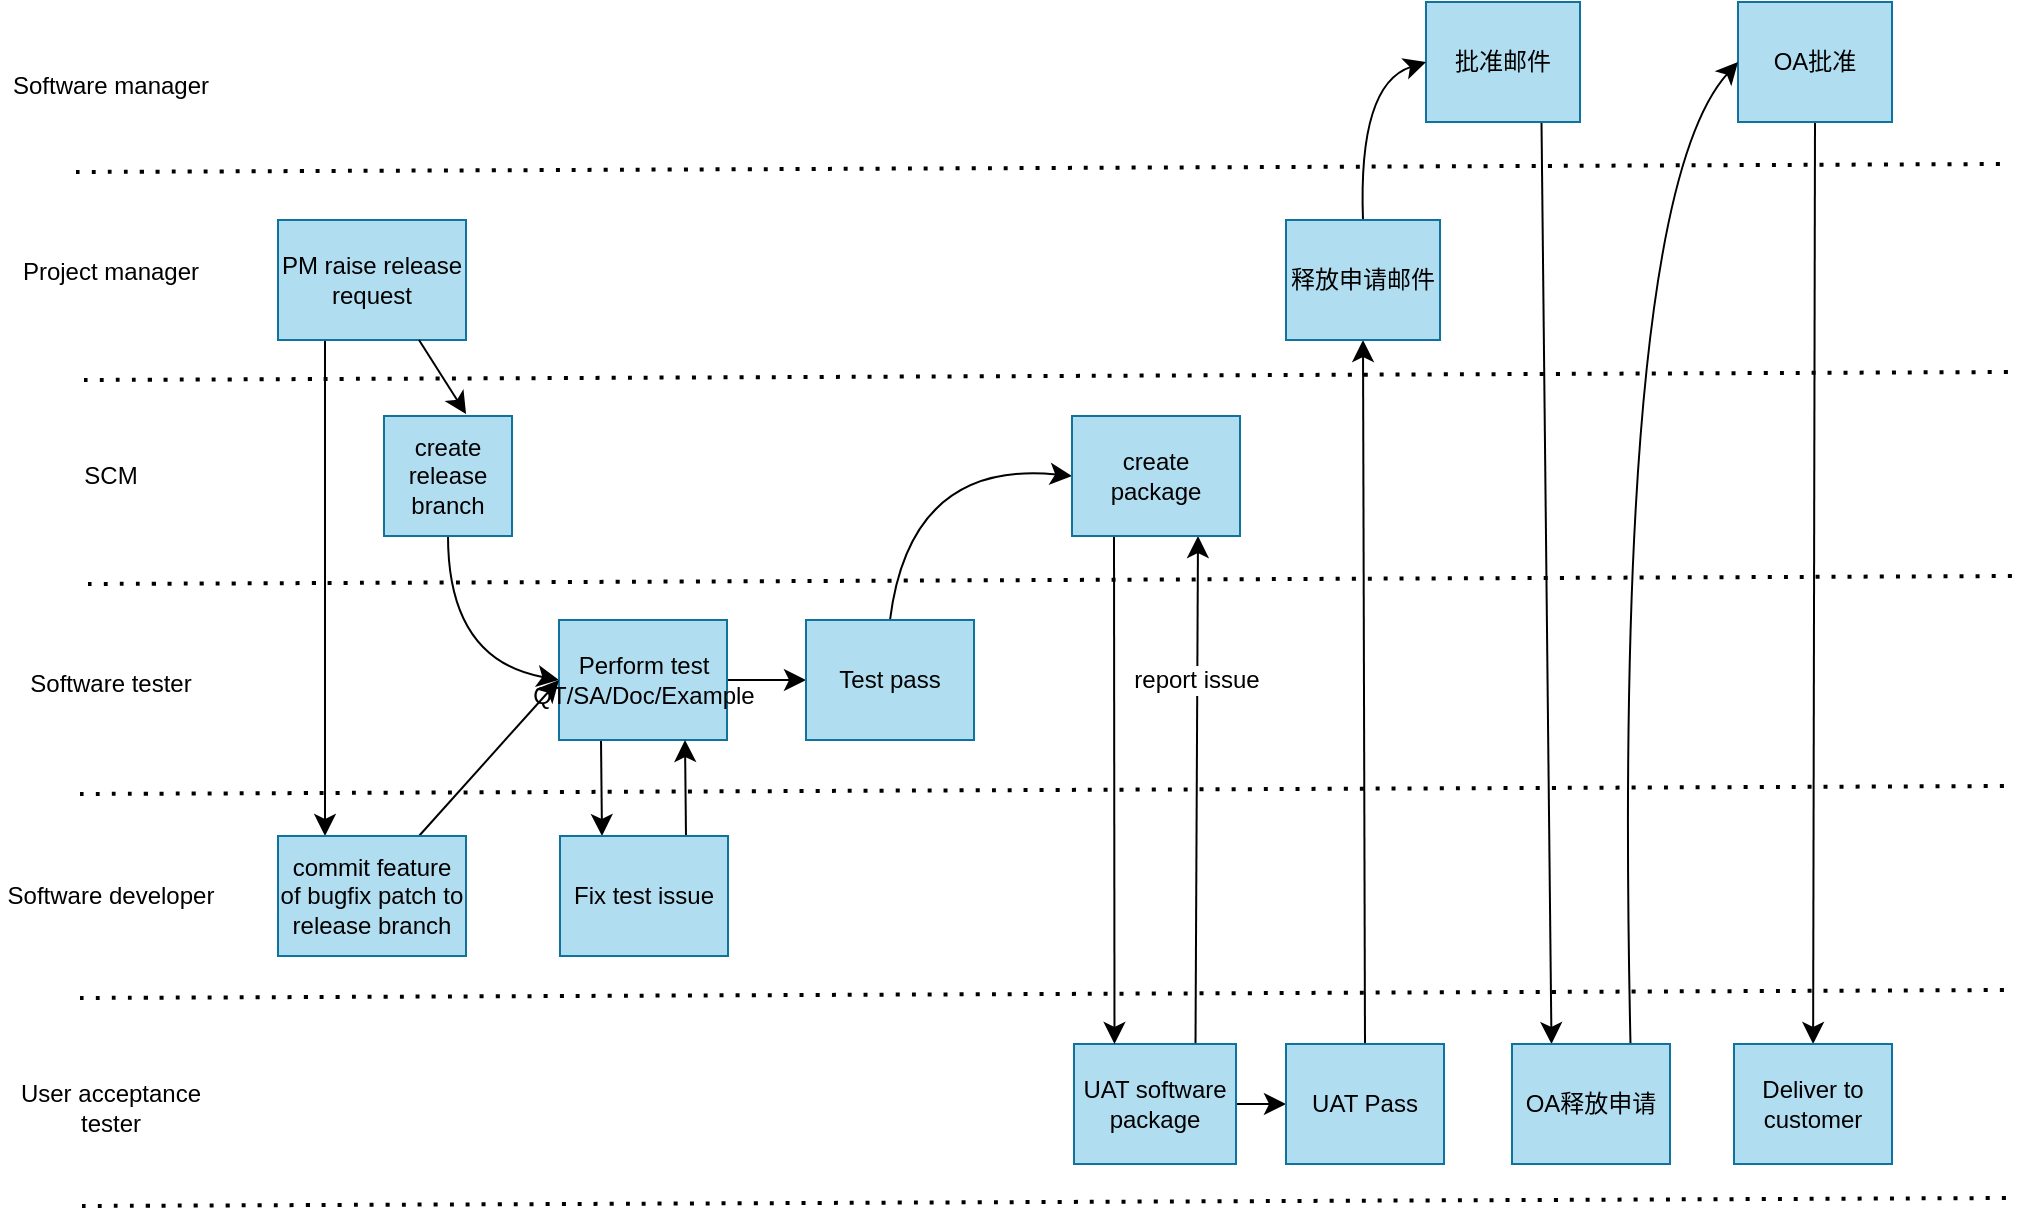
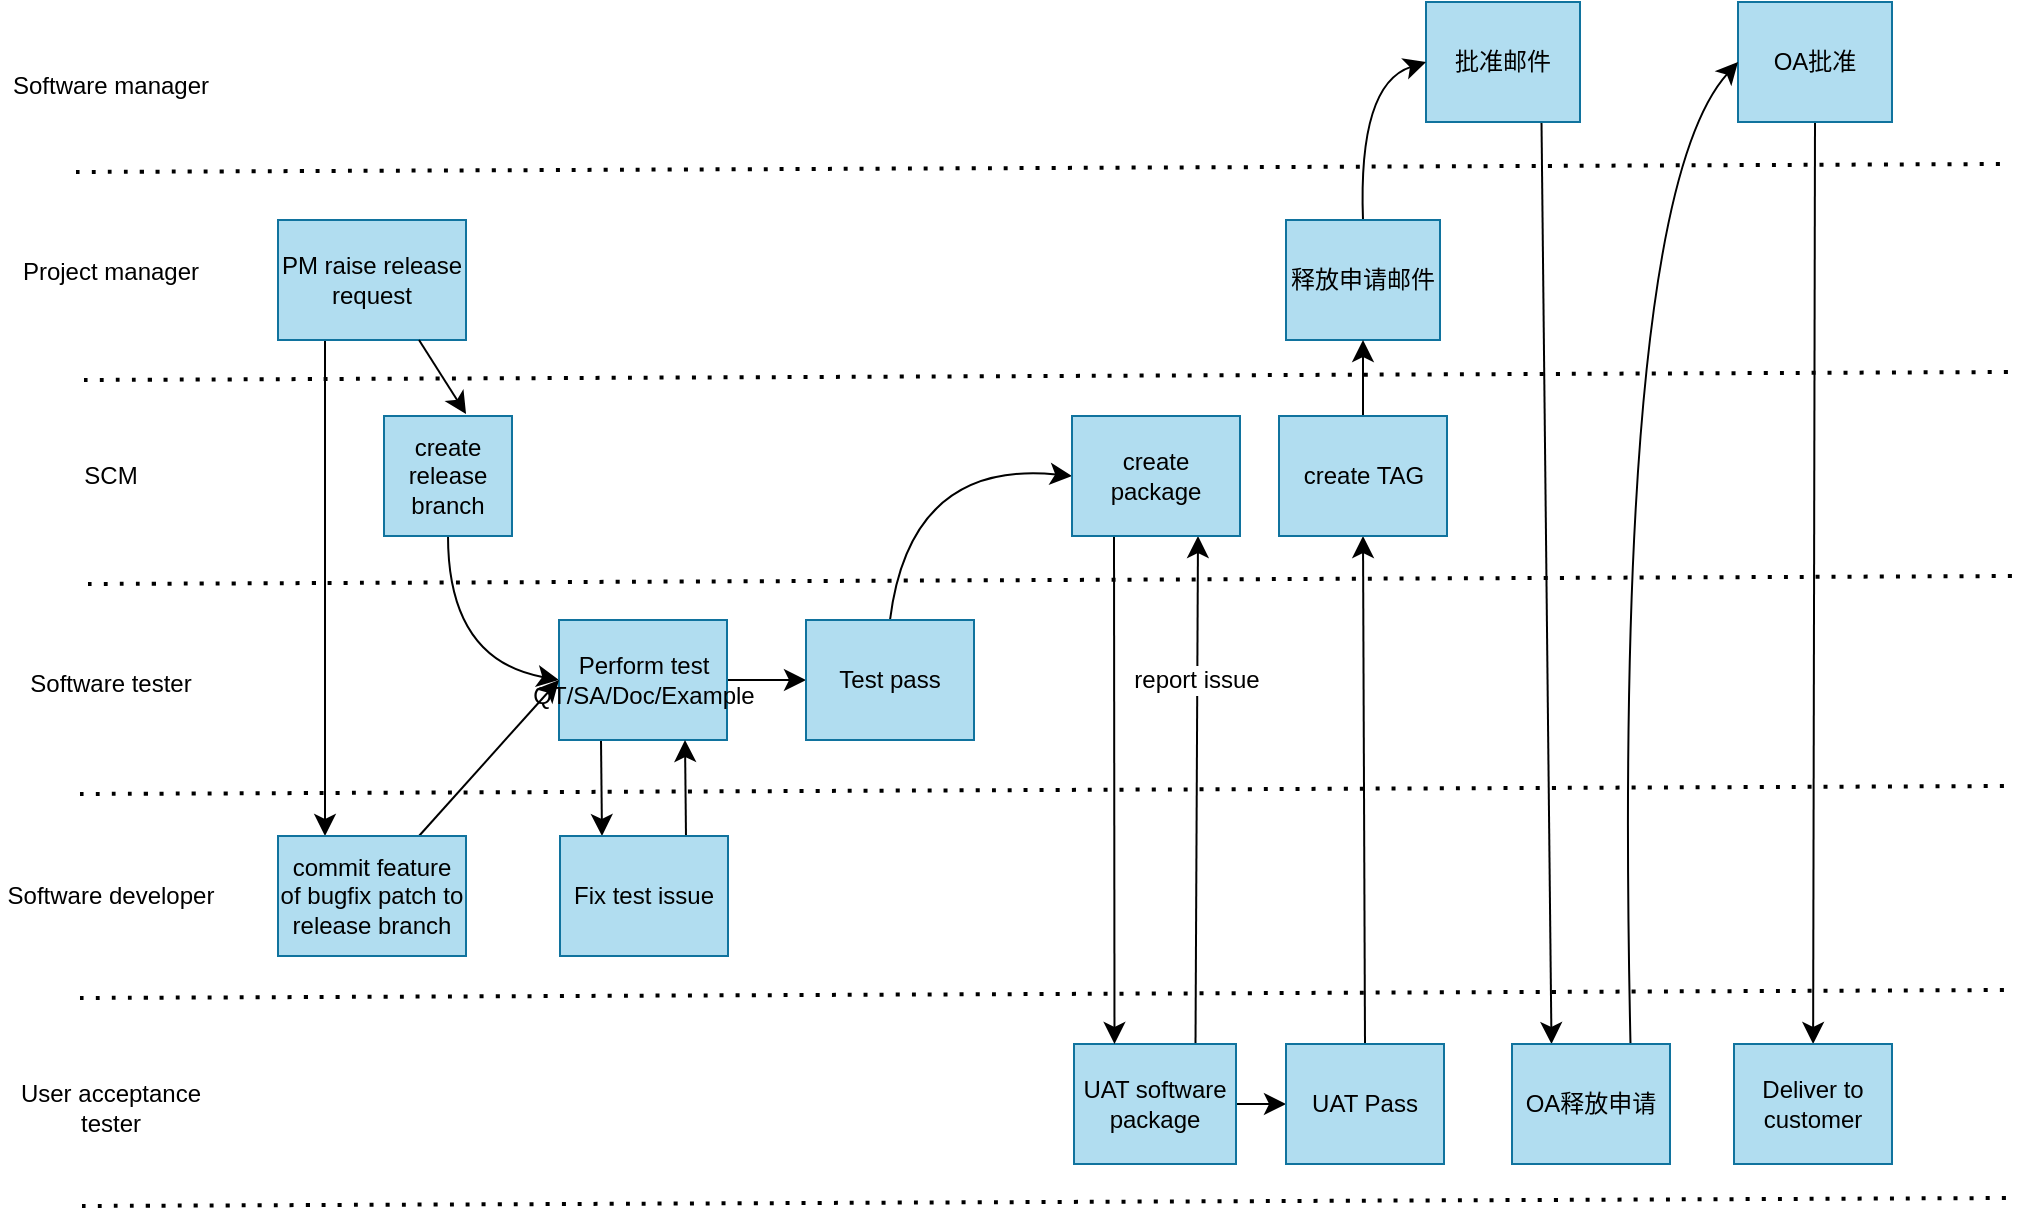
<mxfile host="app.diagrams.net">
  <diagram name="Page-1" id="fTPwgdbc9iwTcl-xMIqn">
    <mxGraphModel dx="3014" dy="1651" grid="0" gridSize="10" guides="1" tooltips="1" connect="1" arrows="1" fold="1" page="0" pageScale="1" pageWidth="827" pageHeight="1169" math="0" shadow="0">
      <root>
        <mxCell id="0" />
        <mxCell id="1" parent="0" />
        <mxCell id="DVGrybJIp1oMZ7pIrlnc-45" edge="1" parent="1" source="DVGrybJIp1oMZ7pIrlnc-1" style="edgeStyle=none;curved=1;rounded=0;orthogonalLoop=1;jettySize=auto;html=1;exitX=0.75;exitY=1;exitDx=0;exitDy=0;entryX=0.25;entryY=0;entryDx=0;entryDy=0;fontSize=12;startSize=8;endSize=8;" target="DVGrybJIp1oMZ7pIrlnc-28">
          <mxGeometry relative="1" as="geometry" />
        </mxCell>
        <mxCell id="DVGrybJIp1oMZ7pIrlnc-1" parent="1" style="rounded=0;whiteSpace=wrap;html=1;fillColor=#b1ddf0;strokeColor=#10739e;" value="批准邮件" vertex="1">
          <mxGeometry height="60" width="77" x="-542" y="-687" as="geometry" />
        </mxCell>
        <mxCell id="DVGrybJIp1oMZ7pIrlnc-4" edge="1" parent="1" style="endArrow=none;dashed=1;html=1;dashPattern=1 3;strokeWidth=2;rounded=0;fontSize=12;startSize=8;endSize=8;curved=1;" value="">
          <mxGeometry height="50" relative="1" width="50" as="geometry">
            <mxPoint x="-1217" y="-602" as="sourcePoint" />
            <mxPoint x="-253" y="-606" as="targetPoint" />
          </mxGeometry>
        </mxCell>
        <mxCell id="DVGrybJIp1oMZ7pIrlnc-31" edge="1" parent="1" source="DVGrybJIp1oMZ7pIrlnc-6" style="edgeStyle=none;curved=1;rounded=0;orthogonalLoop=1;jettySize=auto;html=1;exitX=0.25;exitY=1;exitDx=0;exitDy=0;entryX=0.25;entryY=0;entryDx=0;entryDy=0;fontSize=12;startSize=8;endSize=8;" target="DVGrybJIp1oMZ7pIrlnc-12">
          <mxGeometry relative="1" as="geometry" />
        </mxCell>
        <mxCell id="DVGrybJIp1oMZ7pIrlnc-6" parent="1" style="rounded=0;whiteSpace=wrap;html=1;fillColor=#b1ddf0;strokeColor=#10739e;" value="PM raise release request" vertex="1">
          <mxGeometry height="60" width="94" x="-1116" y="-578" as="geometry" />
        </mxCell>
        <mxCell id="DVGrybJIp1oMZ7pIrlnc-7" edge="1" parent="1" style="endArrow=none;dashed=1;html=1;dashPattern=1 3;strokeWidth=2;rounded=0;fontSize=12;startSize=8;endSize=8;curved=1;" value="">
          <mxGeometry height="50" relative="1" width="50" as="geometry">
            <mxPoint x="-1213" y="-498" as="sourcePoint" />
            <mxPoint x="-249" y="-502" as="targetPoint" />
          </mxGeometry>
        </mxCell>
        <mxCell id="DVGrybJIp1oMZ7pIrlnc-32" edge="1" parent="1" source="DVGrybJIp1oMZ7pIrlnc-8" style="edgeStyle=none;curved=1;rounded=0;orthogonalLoop=1;jettySize=auto;html=1;exitX=0.5;exitY=1;exitDx=0;exitDy=0;entryX=0;entryY=0.5;entryDx=0;entryDy=0;fontSize=12;startSize=8;endSize=8;" target="DVGrybJIp1oMZ7pIrlnc-10">
          <mxGeometry relative="1" as="geometry">
            <Array as="points">
              <mxPoint x="-1031" y="-358" />
            </Array>
          </mxGeometry>
        </mxCell>
        <mxCell id="DVGrybJIp1oMZ7pIrlnc-8" parent="1" style="rounded=0;whiteSpace=wrap;html=1;fillColor=#b1ddf0;strokeColor=#10739e;" value="create release branch" vertex="1">
          <mxGeometry height="60" width="64" x="-1063" y="-480" as="geometry" />
        </mxCell>
        <mxCell id="DVGrybJIp1oMZ7pIrlnc-9" edge="1" parent="1" style="endArrow=none;dashed=1;html=1;dashPattern=1 3;strokeWidth=2;rounded=0;fontSize=12;startSize=8;endSize=8;curved=1;" value="">
          <mxGeometry height="50" relative="1" width="50" as="geometry">
            <mxPoint x="-1211" y="-396" as="sourcePoint" />
            <mxPoint x="-247" y="-400" as="targetPoint" />
          </mxGeometry>
        </mxCell>
        <mxCell id="DVGrybJIp1oMZ7pIrlnc-34" edge="1" parent="1" source="DVGrybJIp1oMZ7pIrlnc-10" style="edgeStyle=none;curved=1;rounded=0;orthogonalLoop=1;jettySize=auto;html=1;exitX=0.25;exitY=1;exitDx=0;exitDy=0;entryX=0.25;entryY=0;entryDx=0;entryDy=0;fontSize=12;startSize=8;endSize=8;" target="DVGrybJIp1oMZ7pIrlnc-26">
          <mxGeometry relative="1" as="geometry" />
        </mxCell>
        <mxCell id="DVGrybJIp1oMZ7pIrlnc-36" edge="1" parent="1" source="DVGrybJIp1oMZ7pIrlnc-10" style="edgeStyle=none;curved=1;rounded=0;orthogonalLoop=1;jettySize=auto;html=1;exitX=1;exitY=0.5;exitDx=0;exitDy=0;entryX=0;entryY=0.5;entryDx=0;entryDy=0;fontSize=12;startSize=8;endSize=8;" target="DVGrybJIp1oMZ7pIrlnc-24">
          <mxGeometry relative="1" as="geometry" />
        </mxCell>
        <mxCell id="DVGrybJIp1oMZ7pIrlnc-10" parent="1" style="rounded=0;whiteSpace=wrap;html=1;fillColor=#b1ddf0;strokeColor=#10739e;" value="&lt;div&gt;Perform test&lt;/div&gt;&lt;div&gt;QT/SA/Doc/Example&lt;/div&gt;" vertex="1">
          <mxGeometry height="60" width="84" x="-975.5" y="-378" as="geometry" />
        </mxCell>
        <mxCell id="DVGrybJIp1oMZ7pIrlnc-11" edge="1" parent="1" style="endArrow=none;dashed=1;html=1;dashPattern=1 3;strokeWidth=2;rounded=0;fontSize=12;startSize=8;endSize=8;curved=1;" value="">
          <mxGeometry height="50" relative="1" width="50" as="geometry">
            <mxPoint x="-1215" y="-291" as="sourcePoint" />
            <mxPoint x="-251" y="-295" as="targetPoint" />
          </mxGeometry>
        </mxCell>
        <mxCell id="DVGrybJIp1oMZ7pIrlnc-33" edge="1" parent="1" source="DVGrybJIp1oMZ7pIrlnc-12" style="edgeStyle=none;curved=1;rounded=0;orthogonalLoop=1;jettySize=auto;html=1;exitX=0.75;exitY=0;exitDx=0;exitDy=0;entryX=0;entryY=0.5;entryDx=0;entryDy=0;fontSize=12;startSize=8;endSize=8;" target="DVGrybJIp1oMZ7pIrlnc-10">
          <mxGeometry relative="1" as="geometry" />
        </mxCell>
        <mxCell id="DVGrybJIp1oMZ7pIrlnc-12" parent="1" style="rounded=0;whiteSpace=wrap;html=1;fillColor=#b1ddf0;strokeColor=#10739e;" value="commit feature of bugfix patch to release branch" vertex="1">
          <mxGeometry height="60" width="94" x="-1116" y="-270" as="geometry" />
        </mxCell>
        <mxCell id="DVGrybJIp1oMZ7pIrlnc-13" edge="1" parent="1" style="endArrow=none;dashed=1;html=1;dashPattern=1 3;strokeWidth=2;rounded=0;fontSize=12;startSize=8;endSize=8;curved=1;" value="">
          <mxGeometry height="50" relative="1" width="50" as="geometry">
            <mxPoint x="-1215" y="-189" as="sourcePoint" />
            <mxPoint x="-251" y="-193" as="targetPoint" />
          </mxGeometry>
        </mxCell>
        <mxCell id="DVGrybJIp1oMZ7pIrlnc-14" parent="1" style="text;html=1;whiteSpace=wrap;strokeColor=none;fillColor=none;align=center;verticalAlign=middle;rounded=0;" value="Software manager" vertex="1">
          <mxGeometry height="30" width="111" x="-1255" y="-660" as="geometry" />
        </mxCell>
        <mxCell id="DVGrybJIp1oMZ7pIrlnc-15" parent="1" style="text;html=1;whiteSpace=wrap;strokeColor=none;fillColor=none;align=center;verticalAlign=middle;rounded=0;" value="Project manager" vertex="1">
          <mxGeometry height="30" width="111" x="-1255" y="-567" as="geometry" />
        </mxCell>
        <mxCell id="DVGrybJIp1oMZ7pIrlnc-16" parent="1" style="text;html=1;whiteSpace=wrap;strokeColor=none;fillColor=none;align=center;verticalAlign=middle;rounded=0;" value="SCM" vertex="1">
          <mxGeometry height="30" width="111" x="-1255" y="-465" as="geometry" />
        </mxCell>
        <mxCell id="DVGrybJIp1oMZ7pIrlnc-17" parent="1" style="text;html=1;whiteSpace=wrap;strokeColor=none;fillColor=none;align=center;verticalAlign=middle;rounded=0;" value="Software tester" vertex="1">
          <mxGeometry height="30" width="111" x="-1255" y="-361" as="geometry" />
        </mxCell>
        <mxCell id="DVGrybJIp1oMZ7pIrlnc-18" parent="1" style="text;html=1;whiteSpace=wrap;strokeColor=none;fillColor=none;align=center;verticalAlign=middle;rounded=0;" value="Software developer" vertex="1">
          <mxGeometry height="30" width="111" x="-1255" y="-255" as="geometry" />
        </mxCell>
        <mxCell id="DVGrybJIp1oMZ7pIrlnc-41" edge="1" parent="1" source="DVGrybJIp1oMZ7pIrlnc-19" style="edgeStyle=none;curved=1;rounded=0;orthogonalLoop=1;jettySize=auto;html=1;exitX=1;exitY=0.5;exitDx=0;exitDy=0;entryX=0;entryY=0.5;entryDx=0;entryDy=0;fontSize=12;startSize=8;endSize=8;" target="DVGrybJIp1oMZ7pIrlnc-27">
          <mxGeometry relative="1" as="geometry" />
        </mxCell>
        <mxCell id="DVGrybJIp1oMZ7pIrlnc-49" edge="1" parent="1" source="DVGrybJIp1oMZ7pIrlnc-19" style="edgeStyle=none;curved=1;rounded=0;orthogonalLoop=1;jettySize=auto;html=1;exitX=0.75;exitY=0;exitDx=0;exitDy=0;entryX=0.75;entryY=1;entryDx=0;entryDy=0;fontSize=12;startSize=8;endSize=8;" target="DVGrybJIp1oMZ7pIrlnc-25">
          <mxGeometry relative="1" as="geometry" />
        </mxCell>
        <mxCell id="DVGrybJIp1oMZ7pIrlnc-50" connectable="0" parent="DVGrybJIp1oMZ7pIrlnc-49" style="edgeLabel;html=1;align=center;verticalAlign=middle;resizable=0;points=[];fontSize=12;" value="report issue" vertex="1">
          <mxGeometry relative="1" x="0.433" y="1" as="geometry">
            <mxPoint as="offset" />
          </mxGeometry>
        </mxCell>
        <mxCell id="DVGrybJIp1oMZ7pIrlnc-19" parent="1" style="rounded=0;whiteSpace=wrap;html=1;fillColor=#b1ddf0;strokeColor=#10739e;" value="UAT software package" vertex="1">
          <mxGeometry height="60" width="81" x="-718" y="-166" as="geometry" />
        </mxCell>
        <mxCell id="DVGrybJIp1oMZ7pIrlnc-20" edge="1" parent="1" style="endArrow=none;dashed=1;html=1;dashPattern=1 3;strokeWidth=2;rounded=0;fontSize=12;startSize=8;endSize=8;curved=1;" value="">
          <mxGeometry height="50" relative="1" width="50" as="geometry">
            <mxPoint x="-1214" y="-85" as="sourcePoint" />
            <mxPoint x="-250" y="-89" as="targetPoint" />
          </mxGeometry>
        </mxCell>
        <mxCell id="DVGrybJIp1oMZ7pIrlnc-21" parent="1" style="text;html=1;whiteSpace=wrap;strokeColor=none;fillColor=none;align=center;verticalAlign=middle;rounded=0;" value="User acceptance tester" vertex="1">
          <mxGeometry height="30" width="111" x="-1255" y="-149" as="geometry" />
        </mxCell>
        <mxCell id="DVGrybJIp1oMZ7pIrlnc-47" edge="1" parent="1" source="DVGrybJIp1oMZ7pIrlnc-22" style="edgeStyle=none;curved=1;rounded=0;orthogonalLoop=1;jettySize=auto;html=1;exitX=0.5;exitY=1;exitDx=0;exitDy=0;fontSize=12;startSize=8;endSize=8;" target="DVGrybJIp1oMZ7pIrlnc-29">
          <mxGeometry relative="1" as="geometry" />
        </mxCell>
        <mxCell id="DVGrybJIp1oMZ7pIrlnc-22" parent="1" style="rounded=0;whiteSpace=wrap;html=1;fillColor=#b1ddf0;strokeColor=#10739e;" value="OA批准" vertex="1">
          <mxGeometry height="60" width="77" x="-386" y="-687" as="geometry" />
        </mxCell>
-         <mxCell id="DVGrybJIp1oMZ7pIrlnc-40" edge="1" parent="1" source="DVGrybJIp1oMZ7pIrlnc-23" style="edgeStyle=none;curved=1;rounded=0;orthogonalLoop=1;jettySize=auto;html=1;exitX=0.5;exitY=1;exitDx=0;exitDy=0;entryX=0.5;entryY=0;entryDx=0;entryDy=0;fontSize=12;startSize=8;endSize=8;startArrow=classic;startFill=1;endArrow=none;endFill=0;" target="DVGrybJIp1oMZ7pIrlnc-27">
-           <mxGeometry relative="1" as="geometry" />
-         </mxCell>
        <mxCell id="DVGrybJIp1oMZ7pIrlnc-44" edge="1" parent="1" source="DVGrybJIp1oMZ7pIrlnc-23" style="edgeStyle=none;curved=1;rounded=0;orthogonalLoop=1;jettySize=auto;html=1;exitX=0.5;exitY=0;exitDx=0;exitDy=0;entryX=0;entryY=0.5;entryDx=0;entryDy=0;fontSize=12;startSize=8;endSize=8;" target="DVGrybJIp1oMZ7pIrlnc-1">
          <mxGeometry relative="1" as="geometry">
            <Array as="points">
              <mxPoint x="-576" y="-646" />
            </Array>
          </mxGeometry>
        </mxCell>
        <mxCell id="DVGrybJIp1oMZ7pIrlnc-23" parent="1" style="rounded=0;whiteSpace=wrap;html=1;fillColor=#b1ddf0;strokeColor=#10739e;" value="释放申请邮件" vertex="1">
          <mxGeometry height="60" width="77" x="-612" y="-578" as="geometry" />
        </mxCell>
        <mxCell id="DVGrybJIp1oMZ7pIrlnc-37" edge="1" parent="1" source="DVGrybJIp1oMZ7pIrlnc-24" style="edgeStyle=none;curved=1;rounded=0;orthogonalLoop=1;jettySize=auto;html=1;exitX=0.5;exitY=0;exitDx=0;exitDy=0;entryX=0;entryY=0.5;entryDx=0;entryDy=0;fontSize=12;startSize=8;endSize=8;" target="DVGrybJIp1oMZ7pIrlnc-25">
          <mxGeometry relative="1" as="geometry">
            <Array as="points">
              <mxPoint x="-800" y="-458" />
            </Array>
          </mxGeometry>
        </mxCell>
        <mxCell id="DVGrybJIp1oMZ7pIrlnc-24" parent="1" style="rounded=0;whiteSpace=wrap;html=1;fillColor=#b1ddf0;strokeColor=#10739e;" value="Test pass" vertex="1">
          <mxGeometry height="60" width="84" x="-852" y="-378" as="geometry" />
        </mxCell>
        <mxCell id="DVGrybJIp1oMZ7pIrlnc-48" edge="1" parent="1" source="DVGrybJIp1oMZ7pIrlnc-25" style="edgeStyle=none;curved=1;rounded=0;orthogonalLoop=1;jettySize=auto;html=1;exitX=0.25;exitY=1;exitDx=0;exitDy=0;entryX=0.25;entryY=0;entryDx=0;entryDy=0;fontSize=12;startSize=8;endSize=8;" target="DVGrybJIp1oMZ7pIrlnc-19">
          <mxGeometry relative="1" as="geometry" />
        </mxCell>
        <mxCell id="DVGrybJIp1oMZ7pIrlnc-25" parent="1" style="rounded=0;whiteSpace=wrap;html=1;fillColor=#b1ddf0;strokeColor=#10739e;" value="create package" vertex="1">
          <mxGeometry height="60" width="84" x="-719" y="-480" as="geometry" />
        </mxCell>
        <mxCell id="DVGrybJIp1oMZ7pIrlnc-35" edge="1" parent="1" source="DVGrybJIp1oMZ7pIrlnc-26" style="edgeStyle=none;curved=1;rounded=0;orthogonalLoop=1;jettySize=auto;html=1;exitX=0.75;exitY=0;exitDx=0;exitDy=0;entryX=0.75;entryY=1;entryDx=0;entryDy=0;fontSize=12;startSize=8;endSize=8;" target="DVGrybJIp1oMZ7pIrlnc-10">
          <mxGeometry relative="1" as="geometry" />
        </mxCell>
        <mxCell id="DVGrybJIp1oMZ7pIrlnc-26" parent="1" style="rounded=0;whiteSpace=wrap;html=1;fillColor=#b1ddf0;strokeColor=#10739e;" value="Fix test issue" vertex="1">
          <mxGeometry height="60" width="84" x="-975" y="-270" as="geometry" />
        </mxCell>
+         <mxCell id="DVGrybJIp1oMZ7pIrlnc-52" edge="1" parent="1" source="DVGrybJIp1oMZ7pIrlnc-27" style="edgeStyle=none;curved=1;rounded=0;orthogonalLoop=1;jettySize=auto;html=1;exitX=0.5;exitY=0;exitDx=0;exitDy=0;entryX=0.5;entryY=1;entryDx=0;entryDy=0;fontSize=12;startSize=8;endSize=8;" target="DVGrybJIp1oMZ7pIrlnc-51">
+           <mxGeometry relative="1" as="geometry" />
+         </mxCell>
        <mxCell id="DVGrybJIp1oMZ7pIrlnc-27" parent="1" style="rounded=0;whiteSpace=wrap;html=1;fillColor=#b1ddf0;strokeColor=#10739e;" value="UAT Pass" vertex="1">
          <mxGeometry height="60" width="79" x="-612" y="-166" as="geometry" />
        </mxCell>
        <mxCell id="DVGrybJIp1oMZ7pIrlnc-46" edge="1" parent="1" source="DVGrybJIp1oMZ7pIrlnc-28" style="edgeStyle=none;curved=1;rounded=0;orthogonalLoop=1;jettySize=auto;html=1;exitX=0.75;exitY=0;exitDx=0;exitDy=0;entryX=0;entryY=0.5;entryDx=0;entryDy=0;fontSize=12;startSize=8;endSize=8;" target="DVGrybJIp1oMZ7pIrlnc-22">
          <mxGeometry relative="1" as="geometry">
            <Array as="points">
              <mxPoint x="-449" y="-587" />
            </Array>
          </mxGeometry>
        </mxCell>
        <mxCell id="DVGrybJIp1oMZ7pIrlnc-28" parent="1" style="rounded=0;whiteSpace=wrap;html=1;fillColor=#b1ddf0;strokeColor=#10739e;" value="OA释放申请" vertex="1">
          <mxGeometry height="60" width="79" x="-499" y="-166" as="geometry" />
        </mxCell>
        <mxCell id="DVGrybJIp1oMZ7pIrlnc-29" parent="1" style="rounded=0;whiteSpace=wrap;html=1;fillColor=#b1ddf0;strokeColor=#10739e;" value="Deliver to customer" vertex="1">
          <mxGeometry height="60" width="79" x="-388" y="-166" as="geometry" />
        </mxCell>
        <mxCell id="DVGrybJIp1oMZ7pIrlnc-30" edge="1" parent="1" source="DVGrybJIp1oMZ7pIrlnc-6" style="edgeStyle=none;curved=1;rounded=0;orthogonalLoop=1;jettySize=auto;html=1;exitX=0.75;exitY=1;exitDx=0;exitDy=0;entryX=0.641;entryY=-0.017;entryDx=0;entryDy=0;entryPerimeter=0;fontSize=12;startSize=8;endSize=8;" target="DVGrybJIp1oMZ7pIrlnc-8">
          <mxGeometry relative="1" as="geometry" />
        </mxCell>
+         <mxCell id="DVGrybJIp1oMZ7pIrlnc-53" edge="1" parent="1" source="DVGrybJIp1oMZ7pIrlnc-51" style="edgeStyle=none;curved=1;rounded=0;orthogonalLoop=1;jettySize=auto;html=1;exitX=0.5;exitY=0;exitDx=0;exitDy=0;entryX=0.5;entryY=1;entryDx=0;entryDy=0;fontSize=12;startSize=8;endSize=8;" target="DVGrybJIp1oMZ7pIrlnc-23">
+           <mxGeometry relative="1" as="geometry" />
+         </mxCell>
+         <mxCell id="DVGrybJIp1oMZ7pIrlnc-51" parent="1" style="rounded=0;whiteSpace=wrap;html=1;fillColor=#b1ddf0;strokeColor=#10739e;" value="create TAG" vertex="1">
+           <mxGeometry height="60" width="84" x="-615.5" y="-480" as="geometry" />
+         </mxCell>
      </root>
    </mxGraphModel>
  </diagram>
</mxfile>
